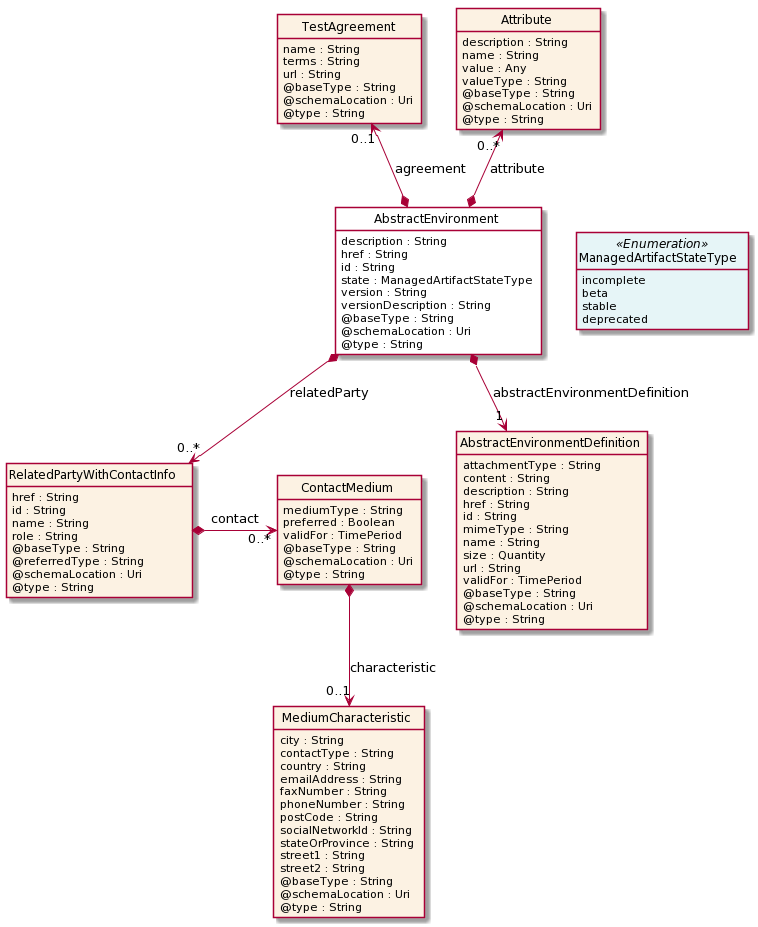
Above: apis/TMF705_Test_Environment/documentation/diagrams/Resource_AbstractEnvironment.png in tmforum-apis/Open_Api_And_Data_Model (PlantUML), before the change.
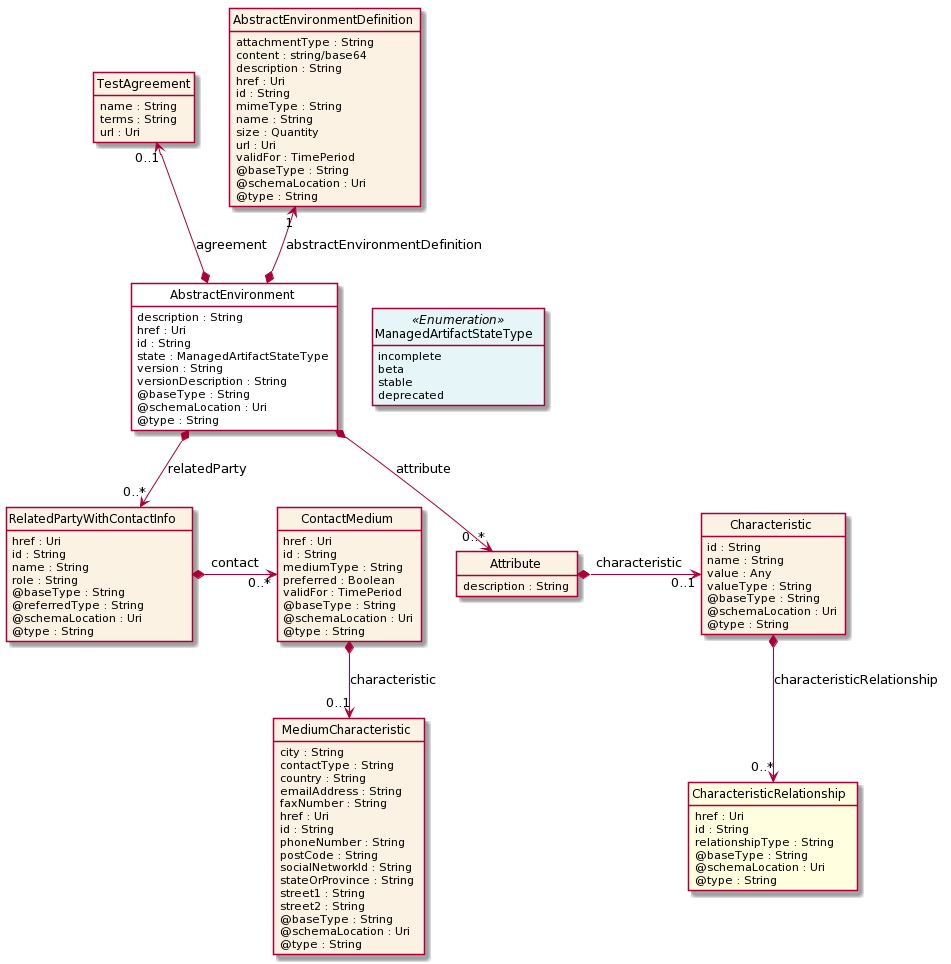
The same diagram one commit later.

Change to the diagram source:
```diff
@@ -12,7 +12,7 @@
 
 class AbstractEnvironment  <<Pivot>> {
     description : String
-    href : String
+    href : Uri
     id : String
     state : ManagedArtifactStateType
     version : String
@@ -32,22 +32,19 @@
 class TestAgreement  {
     name : String
     terms : String
-    url : String
-    @baseType : String
-    @schemaLocation : Uri
-    @type : String
+    url : Uri
 }
 
 class AbstractEnvironmentDefinition  {
     attachmentType : String
-    content : String
+    content : string/base64
     description : String
-    href : String
+    href : Uri
     id : String
     mimeType : String
     name : String
     size : Quantity
-    url : String
+    url : Uri
     validFor : TimePeriod
     @baseType : String
     @schemaLocation : Uri
@@ -55,7 +52,7 @@
 }
 
 class RelatedPartyWithContactInfo  {
-    href : String
+    href : Uri
     id : String
     name : String
     role : String
@@ -66,6 +63,8 @@
 }
 
 class ContactMedium  {
+    href : Uri
+    id : String
     mediumType : String
     preferred : Boolean
     validFor : TimePeriod
@@ -80,6 +79,8 @@
     country : String
     emailAddress : String
     faxNumber : String
+    href : Uri
+    id : String
     phoneNumber : String
     postCode : String
     socialNetworkId : String
@@ -93,6 +94,10 @@
 
 class Attribute  {
     description : String
+}
+
+class Characteristic  {
+    id : String
     name : String
     value : Any
     valueType : String
@@ -101,13 +106,22 @@
     @type : String
 }
 
+class CharacteristicRelationship  <<Ref>> {
+    href : Uri
+    id : String
+    relationshipType : String
+    @baseType : String
+    @schemaLocation : Uri
+    @type : String
+}
+
 AbstractEnvironment -right[hidden]-> ManagedArtifactStateType
-
-Attribute "0..*" <--* AbstractEnvironment : attribute
 
 TestAgreement "0..1" <--* AbstractEnvironment : agreement
 
-AbstractEnvironment *-->  "1" AbstractEnvironmentDefinition : abstractEnvironmentDefinition
+AbstractEnvironmentDefinition "1" <--* AbstractEnvironment : abstractEnvironmentDefinition
+
+AbstractEnvironment *-->  "0..*" Attribute : attribute
 
 AbstractEnvironment *-->  "0..*" RelatedPartyWithContactInfo : relatedParty
 
@@ -115,4 +129,8 @@
 
 ContactMedium *-->  "0..1" MediumCharacteristic : characteristic
 
+Attribute *-right-> "0..1" Characteristic : characteristic
+
+Characteristic *-->  "0..*" CharacteristicRelationship : characteristicRelationship
+
 @enduml
```
